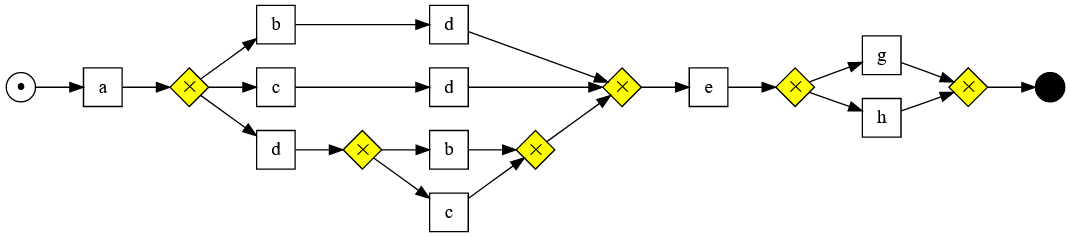
This is PracaInzynierskaTex/no-generalization-and-simplicity.png from psm8/automated-business-process-discovery, a Graphviz export, as it was before one commit. Its source is kept beside it as PracaInzynierskaTex/no-generalization-and-simplicity.gv.
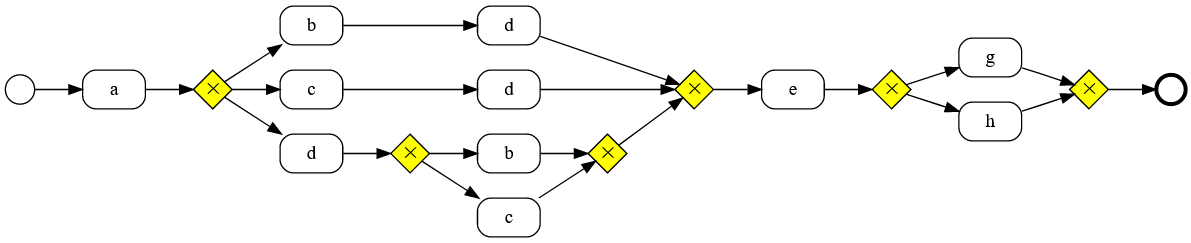
The same diagram one commit later.

The edit, as a diff of the source:
```diff
@@ -1,9 +1,10 @@
 digraph G {
   rankdir=LR;
+
   subgraph place {
     node [shape=circle,fixedsize=true,label="",height=.3,width=.3];
-    in [label="&bull;", fontsize=20];
-    out [style=filled,fillcolor=black];
+    in;
+    out[penwidth=3];
   }
   subgraph xorgate {
     node [shape=diamond,fixedsize=true,width=.4,height=.4,label=<&#x2715;>,fontsize=12,style=filled,fillcolor=yellow]
@@ -17,7 +18,7 @@
 
   }
   subgraph transitions {
-    node [shape=rect,height=0.4,width=.4];
+    node [shape=Mrecord,height=0.4,width=.65];
     a; b; ba[label="b"]; c; ca[label="c"]; d; da[label="d"]; db[label="d"]; e; g; h;
   }
   subgraph skip {
```
